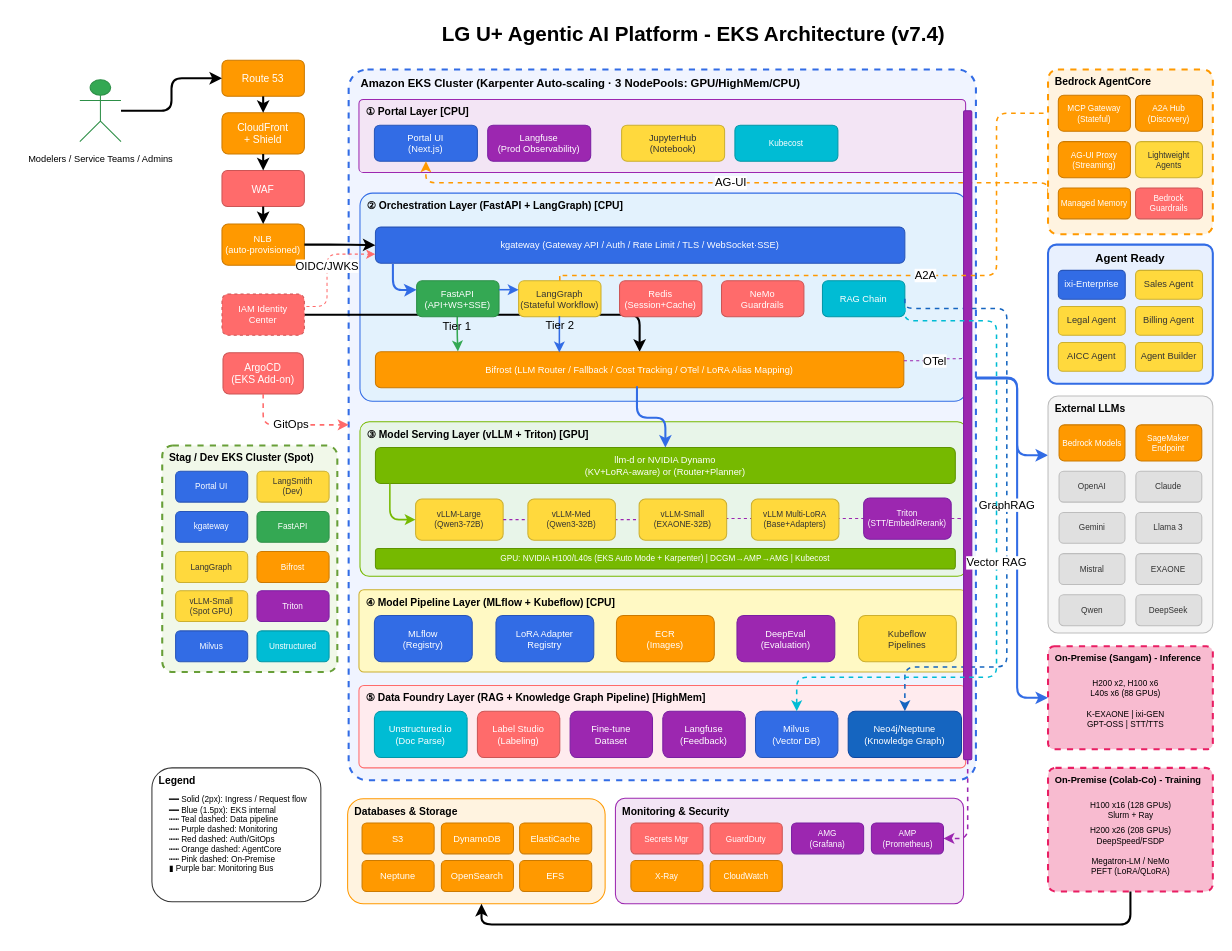
The draw.io diagram static/LG U+ Agentic AI Platform(with Ontology and fine tunning feature).drawio in devfloor9/engineering-playbook, before the edit. Source tidied: cells renumbered, new cells numbered last; positions are measured from the earlier drawing's top-left corner, leaving out a move shared by most shapes. Both pictures are drawn from the tidied source at 103%, with x=0, y=0 at pixel (28, 18).
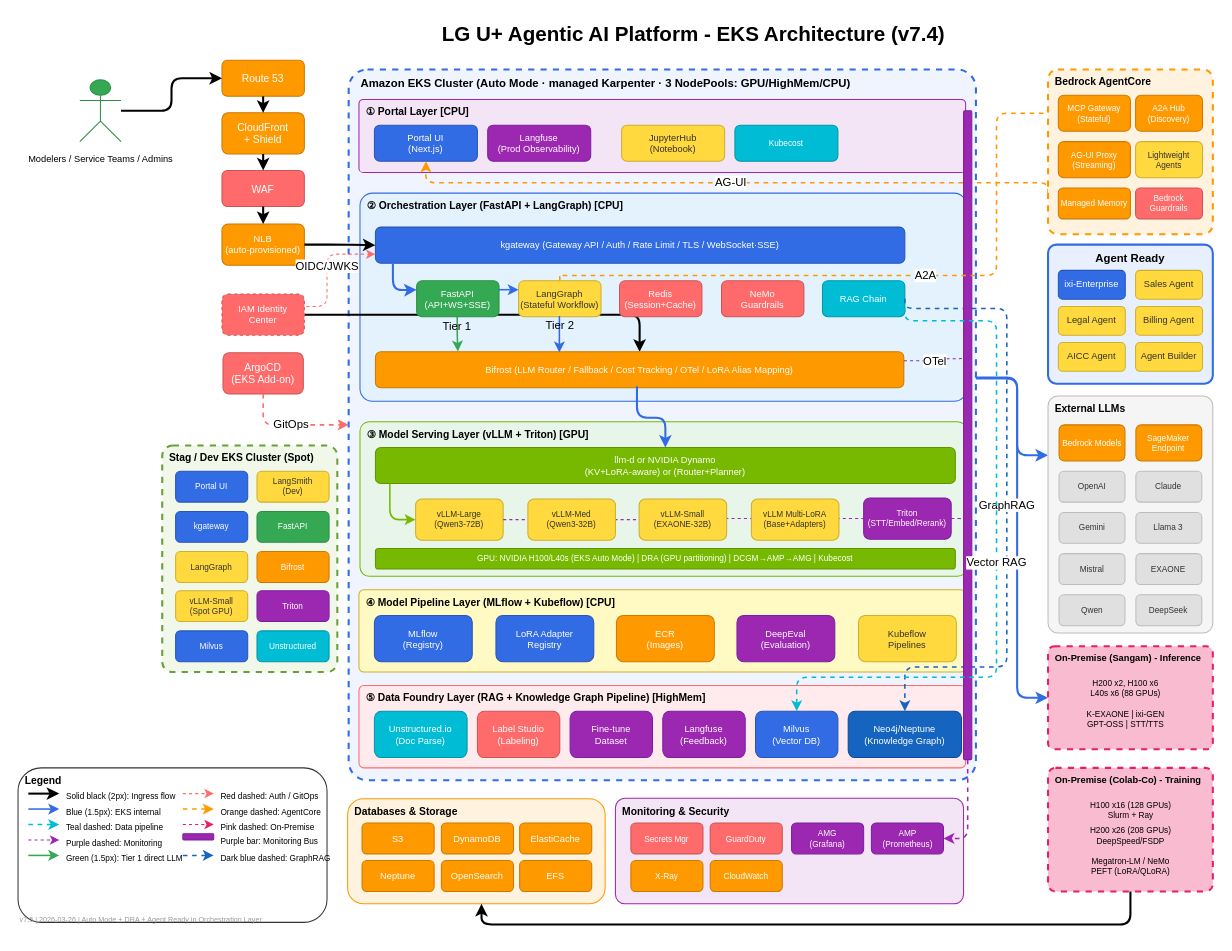
After the change.

Commit message (it also covers changes not shown here):
docs: update diagram v7.5 — Auto Mode + DRA, colored legend

- Replace "EKS Auto Mode + Karpenter" with "Auto Mode (managed Karpenter)"
- Add DRA (GPU partitioning) to GPU bar
- Replace monochrome legend with colored arrow samples matching actual styles
- Add version info v7.5

The edit, as a diff of the source:
```diff
@@
-    <mxCell id="5" value="Amazon EKS Cluster (Karpenter Auto-scaling · 3 NodePools: GPU/HighMem/CPU)" style="rounded=1;whiteSpace=wrap;html=1;fillColor=#F0F4FF;strokeColor=#326CE5;strokeWidth=2;dashed=1;verticalAlign=top;fontStyle=1;fontSize=11;align=left;spacingLeft=10;arcSize=3;" parent="1" vertex="1">
+    <mxCell id="5" value="Amazon EKS Cluster (Auto Mode · managed Karpenter · 3 NodePools: GPU/HighMem/CPU)" style="rounded=1;whiteSpace=wrap;html=1;fillColor=#F0F4FF;strokeColor=#326CE5;strokeWidth=2;dashed=1;verticalAlign=top;fontStyle=1;fontSize=11;align=left;spacingLeft=10;arcSize=3;" parent="1" vertex="1">
       <mxGeometry x="311" y="50" width="609" height="690" as="geometry" />
     </mxCell>
@@
-    <mxCell id="35" value="GPU: NVIDIA H100/L40s (EKS Auto Mode + Karpenter) | DCGM→AMP→AMG | Kubecost" style="rounded=1;whiteSpace=wrap;html=1;fillColor=#76B900;strokeColor=#5E9400;fontColor=#FFFFFF;fontSize=8;" parent="1" vertex="1">
+    <mxCell id="35" value="GPU: NVIDIA H100/L40s (EKS Auto Mode) | DRA (GPU partitioning) | DCGM→AMP→AMG | Kubecost" style="rounded=1;whiteSpace=wrap;html=1;fillColor=#76B900;strokeColor=#5E9400;fontColor=#FFFFFF;fontSize=8;" parent="1" vertex="1">
       <mxGeometry x="337" y="515" width="563" height="20" as="geometry" />
     </mxCell>
@@
-    <mxCell id="71" style="group;" parent="1" vertex="1">
-      <mxGeometry x="120" y="728" width="190" height="130" as="geometry" />
-    </mxCell>
-    <mxCell id="72" value="Legend" style="rounded=1;whiteSpace=wrap;html=1;fillColor=#FFFFFF;strokeColor=#333333;verticalAlign=top;fontStyle=1;fontSize=10;align=left;spacingLeft=5;" parent="71" vertex="1">
-      <mxGeometry width="164" height="130" as="geometry" />
+    <mxCell id="72" value="Legend" style="rounded=1;whiteSpace=wrap;html=1;fillColor=#FFFFFF;strokeColor=#333333;verticalAlign=top;fontStyle=1;fontSize=10;align=left;spacingLeft=5;" parent="1" vertex="1">
+      <mxGeometry x="-10" y="728" width="300" height="150" as="geometry" />
     </mxCell>
-    <mxCell id="73" value="━━ Solid (2px): Ingress / Request flow&#10;━━ Blue (1.5px): EKS internal&#10;┅┅ Teal dashed: Data pipeline&#10;┅┅ Purple dashed: Monitoring&#10;┅┅ Red dashed: Auth/GitOps&#10;┅┅ Orange dashed: AgentCore&#10;┅┅ Pink dashed: On-Premise&#10;▮ Purple bar: Monitoring Bus" style="text;html=1;strokeColor=none;fillColor=none;align=left;fontSize=8;spacingLeft=5;" parent="71" vertex="1">
-      <mxGeometry x="10" y="20" width="180" height="105" as="geometry" />
-    </mxCell>
+    <mxCell id="136" style="endArrow=classic;html=1;strokeWidth=2;strokeColor=#000000;" parent="1" edge="1">
+      <mxGeometry relative="1" as="geometry">
+        <mxPoint y="753" as="sourcePoint" />
+        <mxPoint x="30" y="753" as="targetPoint" />
+      </mxGeometry>
+    </mxCell>
+    <mxCell id="137" value="Solid black (2px): Ingress flow" style="text;html=1;strokeColor=none;fillColor=none;align=left;fontSize=8;" parent="1" vertex="1">
+      <mxGeometry x="35" y="745" width="130" height="16" as="geometry" />
+    </mxCell>
+    <mxCell id="138" style="endArrow=classic;html=1;strokeWidth=1.5;strokeColor=#326CE5;" parent="1" edge="1">
+      <mxGeometry relative="1" as="geometry">
+        <mxPoint y="768" as="sourcePoint" />
+        <mxPoint x="30" y="768" as="targetPoint" />
+      </mxGeometry>
+    </mxCell>
+    <mxCell id="139" value="Blue (1.5px): EKS internal" style="text;html=1;strokeColor=none;fillColor=none;align=left;fontSize=8;" parent="1" vertex="1">
+      <mxGeometry x="35" y="760" width="130" height="16" as="geometry" />
+    </mxCell>
+    <mxCell id="140" style="endArrow=classic;html=1;strokeWidth=1.5;strokeColor=#00BCD4;dashed=1;" parent="1" edge="1">
+      <mxGeometry relative="1" as="geometry">
+        <mxPoint y="783" as="sourcePoint" />
+        <mxPoint x="30" y="783" as="targetPoint" />
+      </mxGeometry>
+    </mxCell>
+    <mxCell id="141" value="Teal dashed: Data pipeline" style="text;html=1;strokeColor=none;fillColor=none;align=left;fontSize=8;" parent="1" vertex="1">
+      <mxGeometry x="35" y="775" width="130" height="16" as="geometry" />
+    </mxCell>
+    <mxCell id="142" style="endArrow=classic;html=1;strokeWidth=1;strokeColor=#9C27B0;dashed=1;" parent="1" edge="1">
+      <mxGeometry relative="1" as="geometry">
+        <mxPoint y="798" as="sourcePoint" />
+        <mxPoint x="30" y="798" as="targetPoint" />
+      </mxGeometry>
+    </mxCell>
+    <mxCell id="143" value="Purple dashed: Monitoring" style="text;html=1;strokeColor=none;fillColor=none;align=left;fontSize=8;" parent="1" vertex="1">
+      <mxGeometry x="35" y="790" width="130" height="16" as="geometry" />
+    </mxCell>
+    <mxCell id="144" style="endArrow=classic;html=1;strokeWidth=1.5;strokeColor=#34A853;" parent="1" edge="1">
+      <mxGeometry relative="1" as="geometry">
+        <mxPoint y="813" as="sourcePoint" />
+        <mxPoint x="30" y="813" as="targetPoint" />
+      </mxGeometry>
+    </mxCell>
+    <mxCell id="145" value="Green (1.5px): Tier 1 direct LLM" style="text;html=1;strokeColor=none;fillColor=none;align=left;fontSize=8;" parent="1" vertex="1">
+      <mxGeometry x="35" y="805" width="130" height="16" as="geometry" />
+    </mxCell>
+    <mxCell id="146" style="endArrow=classic;html=1;strokeWidth=1;strokeColor=#FF6B6B;dashed=1;" parent="1" edge="1">
+      <mxGeometry relative="1" as="geometry">
+        <mxPoint x="150" y="753" as="sourcePoint" />
+        <mxPoint x="180" y="753" as="targetPoint" />
+      </mxGeometry>
+    </mxCell>
+    <mxCell id="147" value="Red dashed: Auth / GitOps" style="text;html=1;strokeColor=none;fillColor=none;align=left;fontSize=8;" parent="1" vertex="1">
+      <mxGeometry x="185" y="745" width="100" height="16" as="geometry" />
+    </mxCell>
+    <mxCell id="148" style="endArrow=classic;html=1;strokeWidth=1.5;strokeColor=#FF9900;dashed=1;" parent="1" edge="1">
+      <mxGeometry relative="1" as="geometry">
+        <mxPoint x="150" y="768" as="sourcePoint" />
+        <mxPoint x="180" y="768" as="targetPoint" />
+      </mxGeometry>
+    </mxCell>
+    <mxCell id="149" value="Orange dashed: AgentCore" style="text;html=1;strokeColor=none;fillColor=none;align=left;fontSize=8;" parent="1" vertex="1">
+      <mxGeometry x="185" y="760" width="100" height="16" as="geometry" />
+    </mxCell>
+    <mxCell id="150" style="endArrow=classic;html=1;strokeWidth=1;strokeColor=#E91E63;dashed=1;" parent="1" edge="1">
+      <mxGeometry relative="1" as="geometry">
+        <mxPoint x="150" y="783" as="sourcePoint" />
+        <mxPoint x="180" y="783" as="targetPoint" />
+      </mxGeometry>
+    </mxCell>
+    <mxCell id="151" value="Pink dashed: On-Premise" style="text;html=1;strokeColor=none;fillColor=none;align=left;fontSize=8;" parent="1" vertex="1">
+      <mxGeometry x="185" y="775" width="100" height="16" as="geometry" />
+    </mxCell>
+    <mxCell id="152" style="rounded=1;whiteSpace=wrap;html=1;fillColor=#9C27B0;strokeColor=#7B1FA2;" parent="1" vertex="1">
+      <mxGeometry x="150" y="792" width="30" height="6" as="geometry" />
+    </mxCell>
+    <mxCell id="153" value="Purple bar: Monitoring Bus" style="text;html=1;strokeColor=none;fillColor=none;align=left;fontSize=8;" parent="1" vertex="1">
+      <mxGeometry x="185" y="788" width="100" height="16" as="geometry" />
+    </mxCell>
+    <mxCell id="154" style="endArrow=classic;html=1;strokeWidth=1.5;strokeColor=#1565C0;dashed=1;" parent="1" edge="1">
+      <mxGeometry relative="1" as="geometry">
+        <mxPoint x="150" y="813" as="sourcePoint" />
+        <mxPoint x="180" y="813" as="targetPoint" />
+      </mxGeometry>
+    </mxCell>
+    <mxCell id="155" value="Dark blue dashed: GraphRAG" style="text;html=1;strokeColor=none;fillColor=none;align=left;fontSize=8;" parent="1" vertex="1">
+      <mxGeometry x="185" y="805" width="100" height="16" as="geometry" />
+    </mxCell>
+    <mxCell id="156" value="v7.5 | 2026-03-26 | Auto Mode + DRA + Agent Ready in Orchestration Layer" style="text;html=1;strokeColor=none;fillColor=none;align=left;fontSize=7;fontColor=#999999;" parent="1" vertex="1">
+      <mxGeometry x="-10" y="865" width="300" height="14" as="geometry" />
+    </mxCell>
```
